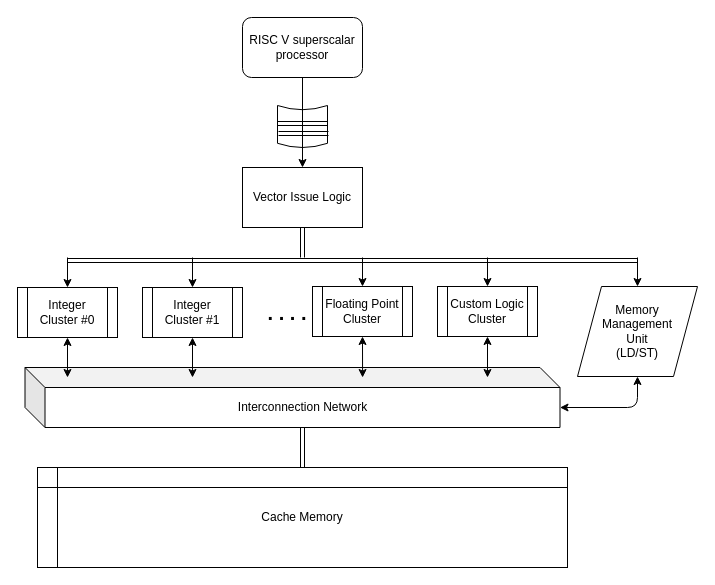
Above: vector processor.drawio in heerahirok/CAO (draw.io), before the change. Source tidied: cells renumbered, new cells numbered last; positions are measured from the earlier drawing's top-left corner, leaving out a move shared by most shapes. Both pictures are drawn from the tidied source at 100%, with x=0, y=0 at pixel (17, 17).
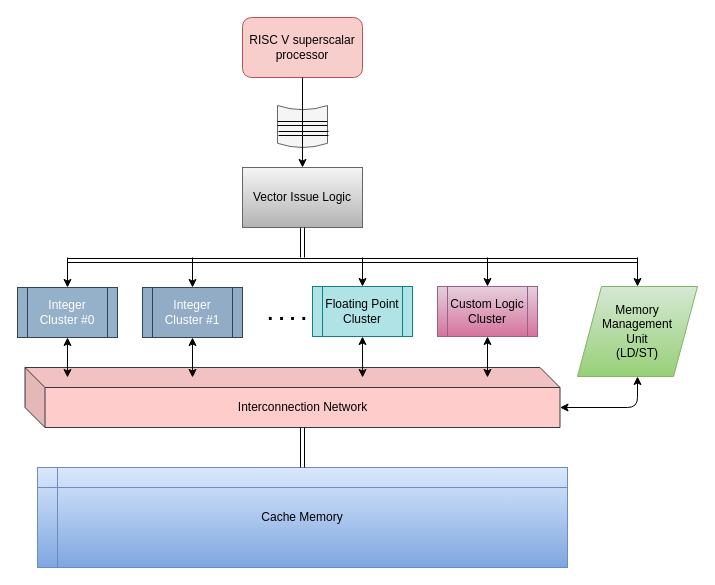
The same diagram, later.

What changed in the source:
```diff
@@
-    <mxCell id="2" value="Interconnection Network" style="shape=cube;whiteSpace=wrap;html=1;boundedLbl=1;backgroundOutline=1;darkOpacity=0.05;darkOpacity2=0.1;" parent="1" vertex="1">
+    <mxCell id="2" value="Interconnection Network" style="shape=cube;whiteSpace=wrap;html=1;boundedLbl=1;backgroundOutline=1;darkOpacity=0.05;darkOpacity2=0.1;fillColor=#ffcccc;strokeColor=#36393d;" parent="1" vertex="1">
       <mxGeometry x="7.5" y="350" width="535" height="60" as="geometry" />
     </mxCell>
-    <mxCell id="3" value="RISC V superscalar processor" style="rounded=1;whiteSpace=wrap;html=1;" parent="1" vertex="1">
+    <mxCell id="3" value="RISC V superscalar processor" style="rounded=1;whiteSpace=wrap;html=1;fillColor=#f8cecc;strokeColor=#b85450;" parent="1" vertex="1">
       <mxGeometry x="225" width="120" height="60" as="geometry" />
     </mxCell>
-    <mxCell id="4" style="shape=dataStorage;whiteSpace=wrap;html=1;rotation=-90;" parent="1" vertex="1">
+    <mxCell id="4" style="shape=dataStorage;whiteSpace=wrap;html=1;rotation=-90;fillColor=#f5f5f5;strokeColor=#666666;fontColor=#333333;" parent="1" vertex="1">
       <mxGeometry x="264" y="84" width="42" height="50" as="geometry" />
     </mxCell>
@@
-    <mxCell id="7" value="Vector Issue Logic" style="rounded=0;whiteSpace=wrap;html=1;" parent="1" vertex="1">
+    <mxCell id="7" value="Vector Issue Logic" style="rounded=0;whiteSpace=wrap;html=1;fillColor=#f5f5f5;strokeColor=#666666;gradientColor=#b3b3b3;" parent="1" vertex="1">
       <mxGeometry x="225" y="150" width="120" height="60" as="geometry" />
     </mxCell>
@@
-    <mxCell id="9" value="Integer Cluster #0" style="shape=process;whiteSpace=wrap;html=1;backgroundOutline=1;" parent="1" vertex="1">
+    <mxCell id="9" value="Integer Cluster #0" style="shape=process;whiteSpace=wrap;html=1;backgroundOutline=1;fillColor=#95B0C9;strokeColor=#314354;fontColor=#ffffff;" parent="1" vertex="1">
       <mxGeometry y="270" width="100" height="50" as="geometry" />
     </mxCell>
-    <mxCell id="10" value="Integer Cluster #1" style="shape=process;whiteSpace=wrap;html=1;backgroundOutline=1;" parent="1" vertex="1">
+    <mxCell id="10" value="Integer Cluster #1" style="shape=process;whiteSpace=wrap;html=1;backgroundOutline=1;fillColor=#91ACC4;strokeColor=#314354;fontColor=#ffffff;" parent="1" vertex="1">
       <mxGeometry x="125" y="270" width="100" height="50" as="geometry" />
     </mxCell>
@@
-    <mxCell id="12" value="Floating Point Cluster" style="shape=process;whiteSpace=wrap;html=1;backgroundOutline=1;" parent="1" vertex="1">
+    <mxCell id="12" value="Floating Point Cluster" style="shape=process;whiteSpace=wrap;html=1;backgroundOutline=1;fillColor=#b0e3e6;strokeColor=#0e8088;" parent="1" vertex="1">
       <mxGeometry x="295" y="269" width="100" height="50" as="geometry" />
     </mxCell>
-    <mxCell id="13" value="Custom Logic Cluster" style="shape=process;whiteSpace=wrap;html=1;backgroundOutline=1;" parent="1" vertex="1">
+    <mxCell id="13" value="Custom Logic Cluster" style="shape=process;whiteSpace=wrap;html=1;backgroundOutline=1;gradientColor=#d5739d;fillColor=#e6d0de;strokeColor=#996185;" parent="1" vertex="1">
       <mxGeometry x="420" y="269" width="100" height="50" as="geometry" />
     </mxCell>
-    <mxCell id="14" value="Memory &lt;br&gt;Management&lt;br&gt;Unit&lt;br&gt;(LD/ST)&lt;br&gt;" style="shape=parallelogram;perimeter=parallelogramPerimeter;whiteSpace=wrap;html=1;" parent="1" vertex="1">
+    <mxCell id="14" value="Memory &lt;br&gt;Management&lt;br&gt;Unit&lt;br&gt;(LD/ST)&lt;br&gt;" style="shape=parallelogram;perimeter=parallelogramPerimeter;whiteSpace=wrap;html=1;gradientColor=#97d077;fillColor=#d5e8d4;strokeColor=#82b366;" parent="1" vertex="1">
       <mxGeometry x="560" y="269" width="120" height="90" as="geometry" />
     </mxCell>
@@
-    <mxCell id="20" value="Cache Memory" style="shape=internalStorage;whiteSpace=wrap;html=1;backgroundOutline=1;" parent="1" vertex="1">
+    <mxCell id="20" value="Cache Memory" style="shape=internalStorage;whiteSpace=wrap;html=1;backgroundOutline=1;fillColor=#dae8fc;strokeColor=#6c8ebf;gradientColor=#7ea6e0;" parent="1" vertex="1">
       <mxGeometry x="20" y="450" width="530" height="100" as="geometry" />
     </mxCell>
```
